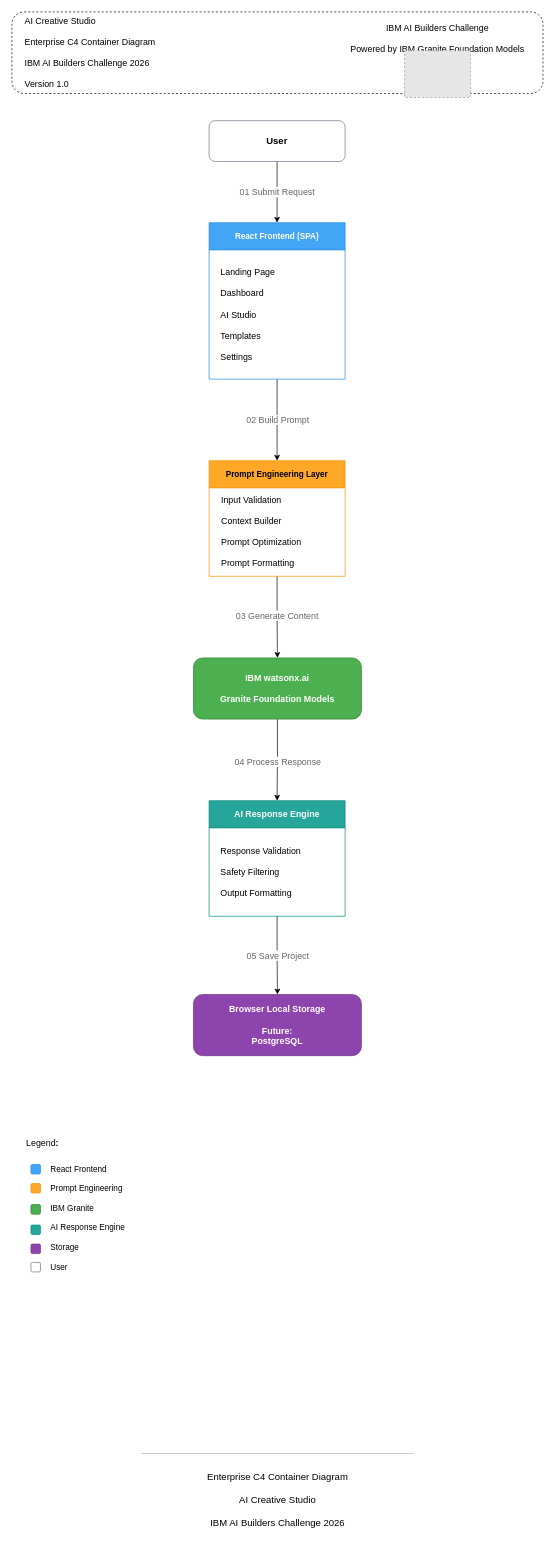
Earlier version of the draw.io diagram docs/diagrams/C4-Container.drawio (HiwaMajidpour/AI-Builders-Challenge). Source tidied: cells renumbered, new cells numbered last; positions are measured from the earlier drawing's top-left corner, leaving out a move shared by most shapes. Both pictures are drawn from the tidied source at 68%, with x=0, y=0 at pixel (12, 12). Pictures stored in the file or linked from it are replaced by grey dashed boxes.
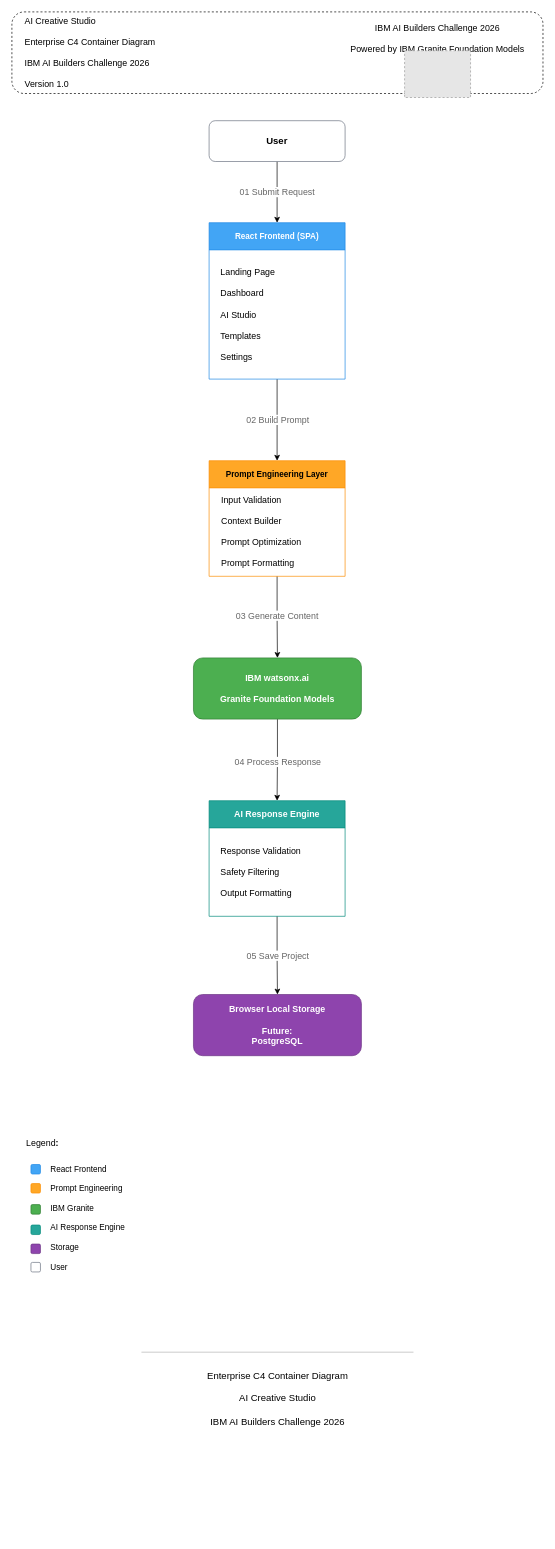
After the change.

The edit, as a diff of the source:
```diff
@@
-    <mxCell id="4" value="&lt;div&gt;&lt;span style=&quot;font-size: 13px;&quot;&gt;IBM AI Builders Challenge&lt;/span&gt;&lt;/div&gt;&lt;div&gt;&lt;span style=&quot;font-size: 13px;&quot;&gt;&lt;br&gt;&lt;/span&gt;&lt;/div&gt;&lt;div&gt;&lt;span style=&quot;font-size: 13px;&quot;&gt;Powered by IBM Granite Foundation Models&lt;/span&gt;&lt;/div&gt;" style="text;html=1;whiteSpace=wrap;strokeColor=none;fillColor=none;align=center;verticalAlign=middle;rounded=0;" parent="1" vertex="1">
+    <mxCell id="4" value="&lt;div&gt;&lt;span style=&quot;font-size: 13px;&quot;&gt;IBM AI Builders Challenge 2026&lt;/span&gt;&lt;/div&gt;&lt;div&gt;&lt;span style=&quot;font-size: 13px;&quot;&gt;&lt;br&gt;&lt;/span&gt;&lt;/div&gt;&lt;div&gt;&lt;span style=&quot;font-size: 13px;&quot;&gt;Powered by IBM Granite Foundation Models&lt;/span&gt;&lt;/div&gt;" style="text;html=1;whiteSpace=wrap;strokeColor=none;fillColor=none;align=center;verticalAlign=middle;rounded=0;" parent="1" vertex="1">
       <mxGeometry x="481" y="10" width="290" height="60" as="geometry" />
     </mxCell>
@@
     <mxCell id="11" value="&lt;div&gt;&lt;span style=&quot;font-size: 14px;&quot;&gt;Enterprise C4 Container Diagram&lt;/span&gt;&lt;/div&gt;&lt;div&gt;&lt;span style=&quot;font-size: 14px;&quot;&gt;&lt;br&gt;&lt;/span&gt;&lt;/div&gt;&lt;div&gt;&lt;span style=&quot;font-size: 14px;&quot;&gt;AI Creative Studio&lt;/span&gt;&lt;/div&gt;&lt;div&gt;&lt;span style=&quot;font-size: 14px;&quot;&gt;&lt;br&gt;&lt;/span&gt;&lt;/div&gt;&lt;div&gt;&lt;span style=&quot;font-size: 14px;&quot;&gt;IBM AI Builders Challenge 2026&lt;/span&gt;&lt;/div&gt;" style="text;html=1;whiteSpace=wrap;strokeColor=none;fillColor=none;align=center;verticalAlign=middle;rounded=0;" parent="1" vertex="1">
-      <mxGeometry x="242.5" y="2133" width="296" height="110" as="geometry" />
+      <mxGeometry x="242.5" y="1984" width="296" height="110" as="geometry" />
     </mxCell>
     <mxCell id="12" style="endArrow=none;html=1;rounded=0;fontFamily=Helvetica;fontSize=12;fontColor=default;strokeColor=#B3B3B3;" parent="1" edge="1">
       <mxGeometry relative="1" as="geometry">
-        <mxPoint x="190.5" y="2120" as="sourcePoint" />
-        <mxPoint x="590.5" y="2120" as="targetPoint" />
+        <mxPoint x="190.5" y="1971" as="sourcePoint" />
+        <mxPoint x="590.5" y="1971" as="targetPoint" />
       </mxGeometry>
     </mxCell>
```
